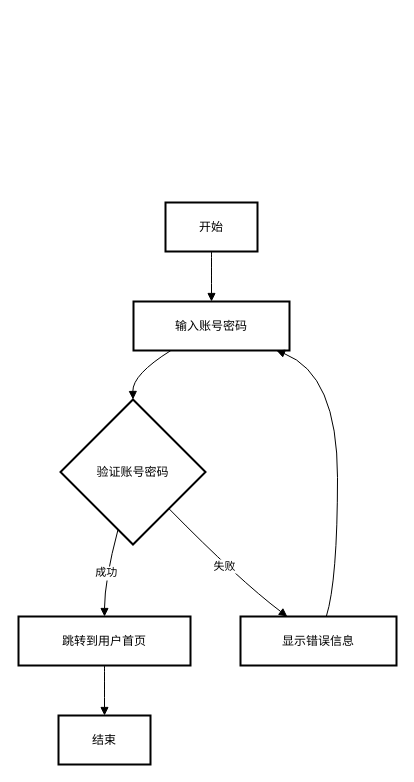
Above: draw.io/活动图:用户登录流程.drawio in lijc210/app_storage (draw.io), before the change. Source tidied: cells renumbered, new cells numbered last; positions are measured from the earlier drawing's top-left corner, leaving out a move shared by most shapes. Both pictures are drawn from the tidied source at 100%, with x=0, y=0 at pixel (18, 202).
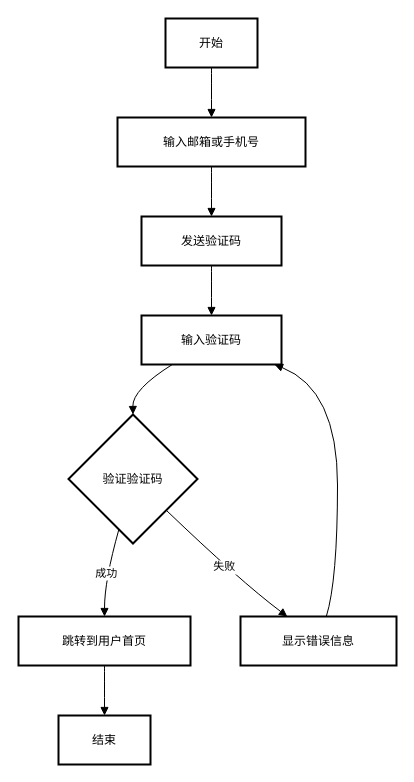
Above is the later version.

Commit message:
更新活动图:用户登录流程.drawio

Unchanged cells that the change refers to:
```xml
<mxCell id="5" value="跳转到用户首页" style="whiteSpace=wrap;strokeWidth=2;" parent="1" vertex="1">
  <mxGeometry y="414" width="172" height="49" as="geometry" />
</mxCell>
<mxCell id="6" value="显示错误信息" style="whiteSpace=wrap;strokeWidth=2;" parent="1" vertex="1">
  <mxGeometry x="222" y="414" width="156" height="49" as="geometry" />
</mxCell>
<mxCell id="7" value="结束" style="whiteSpace=wrap;strokeWidth=2;" parent="1" vertex="1">
  <mxGeometry x="40" y="513" width="92" height="49" as="geometry" />
</mxCell>
```

What changed in the source:
```diff
@@
     <mxCell id="2" value="开始" style="whiteSpace=wrap;strokeWidth=2;" parent="1" vertex="1">
-      <mxGeometry x="147" width="92" height="49" as="geometry" />
+      <mxGeometry x="147" y="-184" width="92" height="49" as="geometry" />
     </mxCell>
-    <mxCell id="3" value="输入账号密码" style="whiteSpace=wrap;strokeWidth=2;" parent="1" vertex="1">
-      <mxGeometry x="115" y="99" width="156" height="49" as="geometry" />
-    </mxCell>
-    <mxCell id="4" value="验证账号密码" style="rhombus;strokeWidth=2;whiteSpace=wrap;" parent="1" vertex="1">
-      <mxGeometry x="42" y="197" width="145" height="145" as="geometry" />
-    </mxCell>
+    <mxCell id="14" value="输入邮箱或手机号" style="whiteSpace=wrap;strokeWidth=2;" parent="1" vertex="1">
+      <mxGeometry x="99" y="-85" width="188" height="49" as="geometry" />
+    </mxCell>
+    <mxCell id="15" value="发送验证码" style="whiteSpace=wrap;strokeWidth=2;" parent="1" vertex="1">
+      <mxGeometry x="123" y="14" width="140" height="49" as="geometry" />
+    </mxCell>
+    <mxCell id="16" value="输入验证码" style="whiteSpace=wrap;strokeWidth=2;" parent="1" vertex="1">
+      <mxGeometry x="123" y="113" width="140" height="49" as="geometry" />
+    </mxCell>
+    <mxCell id="17" value="验证验证码" style="rhombus;strokeWidth=2;whiteSpace=wrap;" parent="1" vertex="1">
+      <mxGeometry x="50" y="212" width="129" height="129" as="geometry" />
+    </mxCell>
@@
-    <mxCell id="8" style="curved=1;startArrow=none;endArrow=block;exitX=0.5;exitY=0.99;entryX=0.5;entryY=-0.01;rounded=0;" parent="1" edge="1" source="2" target="3">
-      <mxGeometry relative="1" as="geometry" />
-    </mxCell>
-    <mxCell id="9" style="curved=1;startArrow=none;endArrow=block;exitX=0.25;exitY=0.98;entryX=0.5;entryY=0;rounded=0;" parent="1" edge="1" source="3" target="4">
-      <mxGeometry relative="1" as="geometry">
-        <Array as="points">
-          <mxPoint x="114" y="172" />
-        </Array>
-      </mxGeometry>
-    </mxCell>
+    <mxCell id="18" style="curved=1;startArrow=none;endArrow=block;exitX=0.5;exitY=1;entryX=0.5;entryY=0;rounded=0;" parent="1" edge="1" source="2" target="14">
+      <mxGeometry relative="1" as="geometry" />
+    </mxCell>
+    <mxCell id="19" style="curved=1;startArrow=none;endArrow=block;exitX=0.5;exitY=1;entryX=0.5;entryY=0;rounded=0;" parent="1" edge="1" source="14" target="15">
+      <mxGeometry relative="1" as="geometry" />
+    </mxCell>
+    <mxCell id="20" style="curved=1;startArrow=none;endArrow=block;exitX=0.5;exitY=1;entryX=0.5;entryY=0;rounded=0;" parent="1" edge="1" source="15" target="16">
+      <mxGeometry relative="1" as="geometry" />
+    </mxCell>
+    <mxCell id="21" style="curved=1;startArrow=none;endArrow=block;exitX=0.22;exitY=1;entryX=0.5;entryY=0;rounded=0;" parent="1" edge="1" source="16" target="17">
+      <mxGeometry relative="1" as="geometry">
+        <Array as="points">
+          <mxPoint x="114" y="187" />
+        </Array>
+      </mxGeometry>
+    </mxCell>
-    <mxCell id="10" value="成功" style="curved=1;startArrow=none;endArrow=block;exitX=0.37;exitY=1;entryX=0.5;entryY=0;rounded=0;" parent="1" edge="1" source="4" target="5">
+    <mxCell id="10" value="成功" style="curved=1;startArrow=none;endArrow=block;exitX=0.36;exitY=1;entryX=0.5;entryY=0;rounded=0;" parent="1" edge="1" source="17" target="5">
       <mxGeometry relative="1" as="geometry">
         <Array as="points">
           <mxPoint x="86" y="378" />
         </Array>
       </mxGeometry>
     </mxCell>
-    <mxCell id="11" value="失败" style="curved=1;startArrow=none;endArrow=block;exitX=0.99;exitY=1;entryX=0.3;entryY=0;rounded=0;" parent="1" edge="1" source="4" target="6">
+    <mxCell id="11" value="失败" style="curved=1;startArrow=none;endArrow=block;exitX=1;exitY=0.97;entryX=0.3;entryY=0;rounded=0;" parent="1" edge="1" source="17" target="6">
       <mxGeometry relative="1" as="geometry">
         <Array as="points">
           <mxPoint x="221" y="378" />
         </Array>
       </mxGeometry>
     </mxCell>
-    <mxCell id="12" style="curved=1;startArrow=none;endArrow=block;exitX=0.55;exitY=0;entryX=0.9;entryY=0.98;rounded=0;" parent="1" edge="1" source="6" target="3">
-      <mxGeometry relative="1" as="geometry">
-        <Array as="points">
-          <mxPoint x="319" y="378" />
-          <mxPoint x="319" y="172" />
-        </Array>
-      </mxGeometry>
-    </mxCell>
+    <mxCell id="22" style="curved=1;startArrow=none;endArrow=block;exitX=0.55;exitY=0;entryX=0.95;entryY=1;rounded=0;" parent="1" edge="1" source="6" target="16">
+      <mxGeometry relative="1" as="geometry">
+        <Array as="points">
+          <mxPoint x="319" y="378" />
+          <mxPoint x="319" y="187" />
+        </Array>
+      </mxGeometry>
+    </mxCell>
-    <mxCell id="13" style="curved=1;startArrow=none;endArrow=block;exitX=0.5;exitY=0.99;entryX=0.5;entryY=-0.01;rounded=0;" parent="1" edge="1" source="5" target="7">
+    <mxCell id="13" style="curved=1;startArrow=none;endArrow=block;exitX=0.5;exitY=1;entryX=0.5;entryY=0;rounded=0;" parent="1" edge="1" source="5" target="7">
       <mxGeometry relative="1" as="geometry" />
     </mxCell>
```
